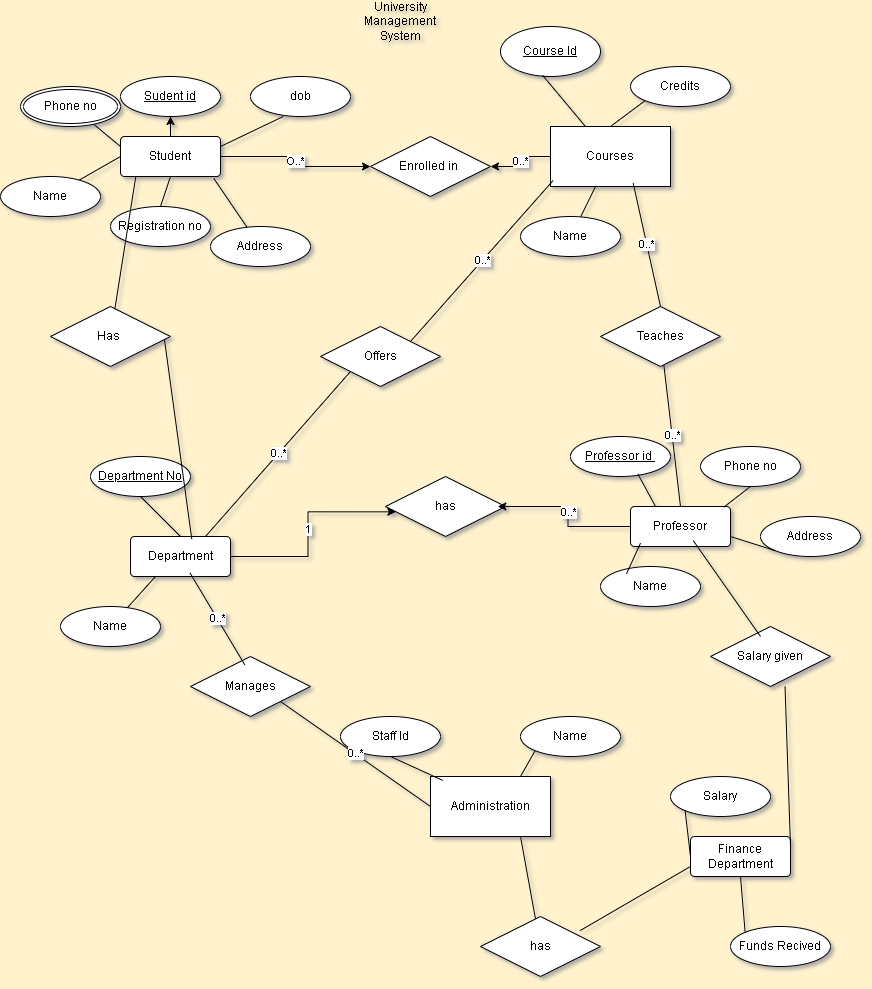
Before: Untitled Diagram.drawio.png, a diagram exported from draw.io (Akansha2004pandey/draw.io). Source tidied: cells renumbered, new cells last; positions are measured from the earlier drawing's top-left corner, leaving out a move shared by most shapes.
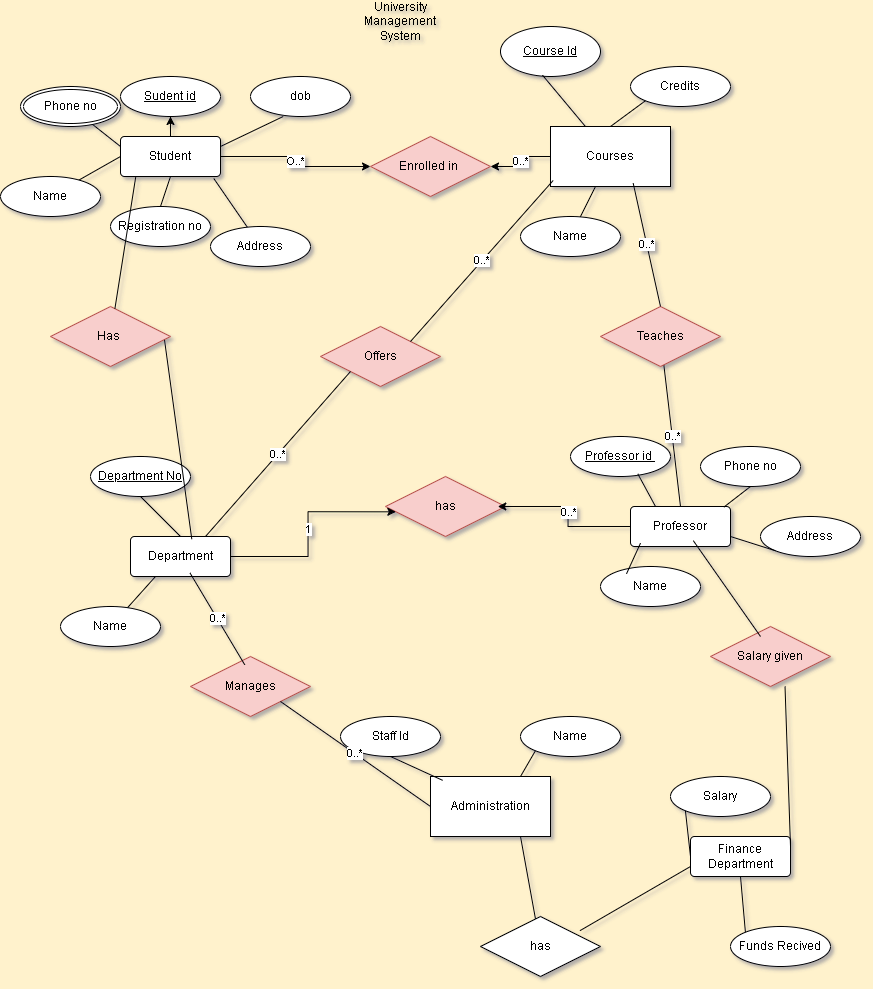
Above is the later version.

Diff of the diagram source:
```diff
@@ -81,7 +81,7 @@
     <mxCell id="26" style="endArrow=none;html=1;rounded=0;entryX=0;entryY=1;entryDx=0;entryDy=0;exitX=0.5;exitY=0;exitDx=0;exitDy=0;" parent="1" edge="1" source="4" target="25">
       <mxGeometry relative="1" as="geometry" />
     </mxCell>
-    <mxCell id="27" value="Enrolled in&amp;nbsp;" style="shape=rhombus;perimeter=rhombusPerimeter;whiteSpace=wrap;html=1;align=center;" parent="1" vertex="1">
+    <mxCell id="27" value="Enrolled in&amp;nbsp;" style="shape=rhombus;perimeter=rhombusPerimeter;whiteSpace=wrap;html=1;align=center;fillColor=#f8cecc;strokeColor=#b85450;" parent="1" vertex="1">
       <mxGeometry x="370" y="130" width="120" height="60" as="geometry" />
     </mxCell>
     <mxCell id="28" style="edgeStyle=orthogonalEdgeStyle;rounded=0;jettySize=auto;html=1;" parent="1" edge="1" source="9">
@@ -139,7 +139,7 @@
     <mxCell id="44" style="endArrow=none;html=1;rounded=0;entryX=0;entryY=1;entryDx=0;entryDy=0;exitX=1;exitY=0.75;exitDx=0;exitDy=0;" parent="1" edge="1" source="36" target="40">
       <mxGeometry relative="1" as="geometry" />
     </mxCell>
-    <mxCell id="45" value="has" style="shape=rhombus;perimeter=rhombusPerimeter;whiteSpace=wrap;html=1;align=center;" parent="1" vertex="1">
+    <mxCell id="45" value="has" style="shape=rhombus;perimeter=rhombusPerimeter;whiteSpace=wrap;html=1;align=center;fillColor=#f8cecc;strokeColor=#b85450;" parent="1" vertex="1">
       <mxGeometry x="385" y="470" width="120" height="60" as="geometry" />
     </mxCell>
     <mxCell id="46" value="1" style="edgeStyle=orthogonalEdgeStyle;rounded=0;jettySize=auto;html=1;exitX=1;exitY=0.5;exitDx=0;exitDy=0;entryX=0.086;entryY=0.589;entryDx=0;entryDy=0;entryPerimeter=0;" parent="1" edge="1" source="32" target="45">
@@ -148,7 +148,7 @@
     <mxCell id="47" value="0..*" style="edgeStyle=orthogonalEdgeStyle;rounded=0;jettySize=auto;html=1;exitX=0;exitY=0.5;exitDx=0;exitDy=0;entryX=0.936;entryY=0.5;entryDx=0;entryDy=0;entryPerimeter=0;" parent="1" edge="1" source="36" target="45">
       <mxGeometry relative="1" as="geometry" />
     </mxCell>
-    <mxCell id="48" value="Offers" style="shape=rhombus;perimeter=rhombusPerimeter;whiteSpace=wrap;html=1;align=center;" parent="1" vertex="1">
+    <mxCell id="48" value="Offers" style="shape=rhombus;perimeter=rhombusPerimeter;whiteSpace=wrap;html=1;align=center;fillColor=#f8cecc;strokeColor=#b85450;" parent="1" vertex="1">
       <mxGeometry x="320" y="320" width="120" height="60" as="geometry" />
     </mxCell>
     <mxCell id="49" value="0..*" style="endArrow=none;html=1;rounded=0;exitX=0.75;exitY=0;exitDx=0;exitDy=0;entryX=0;entryY=1;entryDx=0;entryDy=0;" parent="1" edge="1" source="32" target="48">
@@ -160,13 +160,13 @@
     <mxCell id="51" value="0..*" style="endArrow=none;html=1;rounded=0;exitX=0.5;exitY=0;exitDx=0;exitDy=0;" parent="1" edge="1" source="36" target="52">
       <mxGeometry relative="1" as="geometry" />
     </mxCell>
-    <mxCell id="52" value="Teaches" style="shape=rhombus;perimeter=rhombusPerimeter;whiteSpace=wrap;html=1;align=center;" parent="1" vertex="1">
+    <mxCell id="52" value="Teaches" style="shape=rhombus;perimeter=rhombusPerimeter;whiteSpace=wrap;html=1;align=center;fillColor=#f8cecc;strokeColor=#b85450;" parent="1" vertex="1">
       <mxGeometry x="600" y="300" width="120" height="60" as="geometry" />
     </mxCell>
     <mxCell id="53" value="0..*" style="endArrow=none;html=1;rounded=0;entryX=0.689;entryY=0.944;entryDx=0;entryDy=0;entryPerimeter=0;exitX=0.5;exitY=0;exitDx=0;exitDy=0;" parent="1" edge="1" source="52" target="4">
       <mxGeometry relative="1" as="geometry" />
     </mxCell>
-    <mxCell id="54" value="Has&amp;nbsp;" style="shape=rhombus;perimeter=rhombusPerimeter;whiteSpace=wrap;html=1;align=center;" parent="1" vertex="1">
+    <mxCell id="54" value="Has&amp;nbsp;" style="shape=rhombus;perimeter=rhombusPerimeter;whiteSpace=wrap;html=1;align=center;fillColor=#f8cecc;strokeColor=#b85450;" parent="1" vertex="1">
       <mxGeometry x="50" y="300" width="120" height="60" as="geometry" />
     </mxCell>
     <mxCell id="55" style="endArrow=none;html=1;rounded=0;exitX=0.613;exitY=0.067;exitDx=0;exitDy=0;exitPerimeter=0;entryX=0.95;entryY=0.556;entryDx=0;entryDy=0;entryPerimeter=0;" parent="1" edge="1" source="32" target="54">
@@ -187,7 +187,7 @@
     <mxCell id="60" style="endArrow=none;html=1;rounded=0;entryX=0;entryY=1;entryDx=0;entryDy=0;exitX=0.75;exitY=0;exitDx=0;exitDy=0;" parent="1" edge="1" source="6" target="58">
       <mxGeometry relative="1" as="geometry" />
     </mxCell>
-    <mxCell id="61" value="Manages" style="shape=rhombus;perimeter=rhombusPerimeter;whiteSpace=wrap;html=1;align=center;" parent="1" vertex="1">
+    <mxCell id="61" value="Manages" style="shape=rhombus;perimeter=rhombusPerimeter;whiteSpace=wrap;html=1;align=center;fillColor=#f8cecc;strokeColor=#b85450;" parent="1" vertex="1">
       <mxGeometry x="190" y="650" width="120" height="60" as="geometry" />
     </mxCell>
     <mxCell id="62" value="0..*" style="endArrow=none;html=1;rounded=0;exitX=0;exitY=0.5;exitDx=0;exitDy=0;entryX=1;entryY=1;entryDx=0;entryDy=0;" parent="1" edge="1" source="6" target="61">
@@ -220,7 +220,7 @@
     <mxCell id="71" style="endArrow=none;html=1;rounded=0;entryX=0.5;entryY=1;entryDx=0;entryDy=0;exitX=0;exitY=0;exitDx=0;exitDy=0;" parent="1" edge="1" source="69" target="64">
       <mxGeometry relative="1" as="geometry" />
     </mxCell>
-    <mxCell id="72" value="Salary given" style="shape=rhombus;perimeter=rhombusPerimeter;whiteSpace=wrap;html=1;align=center;" parent="1" vertex="1">
+    <mxCell id="72" value="Salary given" style="shape=rhombus;perimeter=rhombusPerimeter;whiteSpace=wrap;html=1;align=center;fillColor=#f8cecc;strokeColor=#b85450;" parent="1" vertex="1">
       <mxGeometry x="710" y="620" width="120" height="60" as="geometry" />
     </mxCell>
     <mxCell id="73" style="endArrow=none;html=1;rounded=0;entryX=0.628;entryY=0.854;entryDx=0;entryDy=0;entryPerimeter=0;" parent="1" edge="1" target="36">
```
